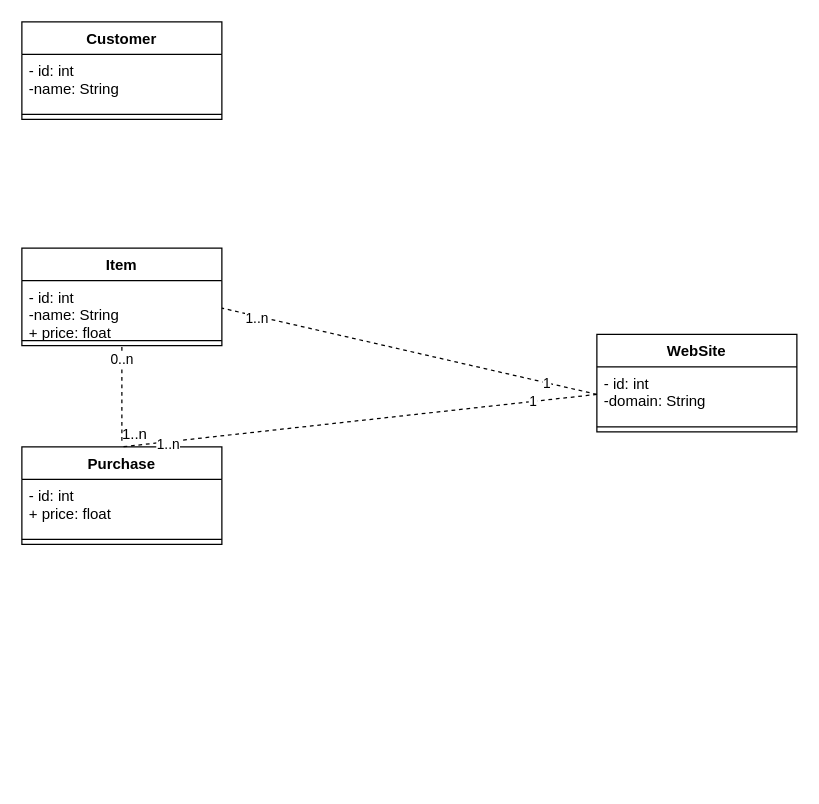
This is 2nd Year/Semester 2/ISS/Seminar 2/ClassesDiagram.drawio from donpaul999/Assignments_UBB, a draw.io file, before an edit. Source tidied: cells renumbered, new cells numbered last; positions are measured from the earlier drawing's top-left corner, leaving out a move shared by most shapes. Both pictures are drawn from the tidied source at 125%, with x=0, y=0 at pixel (21, 21).
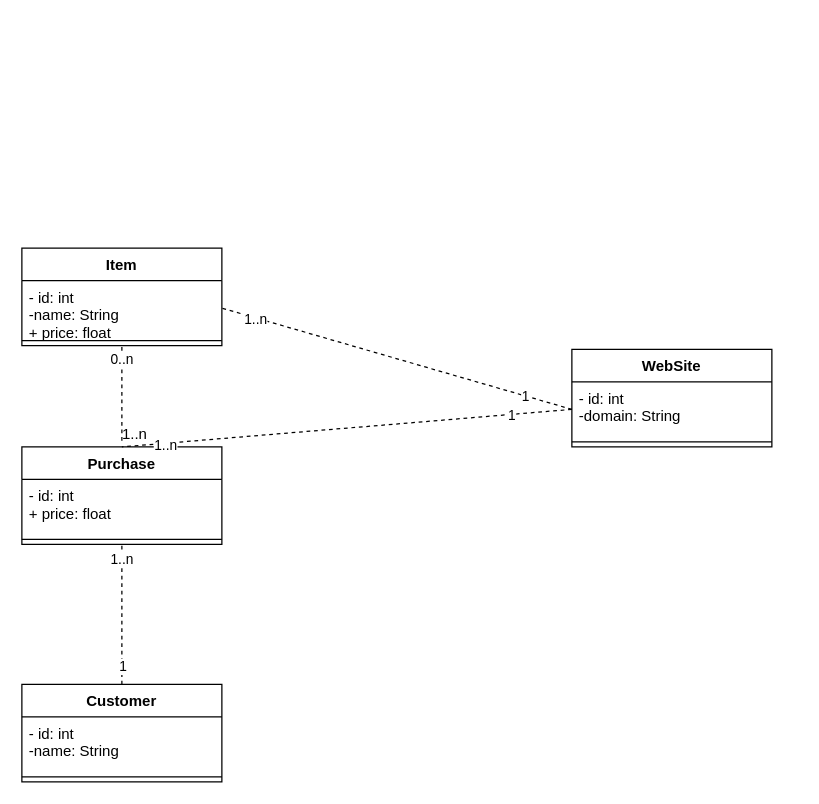
The same diagram, later.

The change refers to these unchanged cells:
```xml
<mxCell id="8" value="Purchase" style="swimlane;fontStyle=1;align=center;verticalAlign=top;horizontal=1;startSize=26;" parent="1" vertex="1">
  <mxGeometry y="340" width="160" height="78" as="geometry" />
</mxCell>
```

The edit, as a diff of the source:
```diff
@@
     <mxCell id="2" value="Customer" style="swimlane;fontStyle=1;align=center;verticalAlign=top;horizontal=1;startSize=26;" parent="1" vertex="1">
-      <mxGeometry width="160" height="78" as="geometry" />
+      <mxGeometry y="530" width="160" height="78" as="geometry" />
     </mxCell>
@@
     <mxCell id="14" value="WebSite" style="swimlane;fontStyle=1;align=center;verticalAlign=top;horizontal=1;startSize=26;" parent="1" vertex="1">
-      <mxGeometry x="460" y="250" width="160" height="78" as="geometry" />
+      <mxGeometry x="440" y="262" width="160" height="78" as="geometry" />
     </mxCell>
@@
+    <mxCell id="23" style="endArrow=none;dashed=1;html=1;entryX=0.5;entryY=1;entryDx=0;entryDy=0;exitX=0.5;exitY=0;exitDx=0;exitDy=0;" parent="1" edge="1" source="2" target="8">
+      <mxGeometry relative="1" as="geometry" />
+    </mxCell>
+    <mxCell id="24" value="1" style="edgeLabel;html=1;align=center;verticalAlign=middle;" parent="23" vertex="1">
+      <mxGeometry x="-0.73" relative="1" as="geometry" />
+    </mxCell>
+    <mxCell id="25" value="1..n" style="edgeLabel;html=1;align=center;verticalAlign=middle;" parent="23" vertex="1">
+      <mxGeometry x="0.81" y="1" relative="1" as="geometry" />
+    </mxCell>
```
